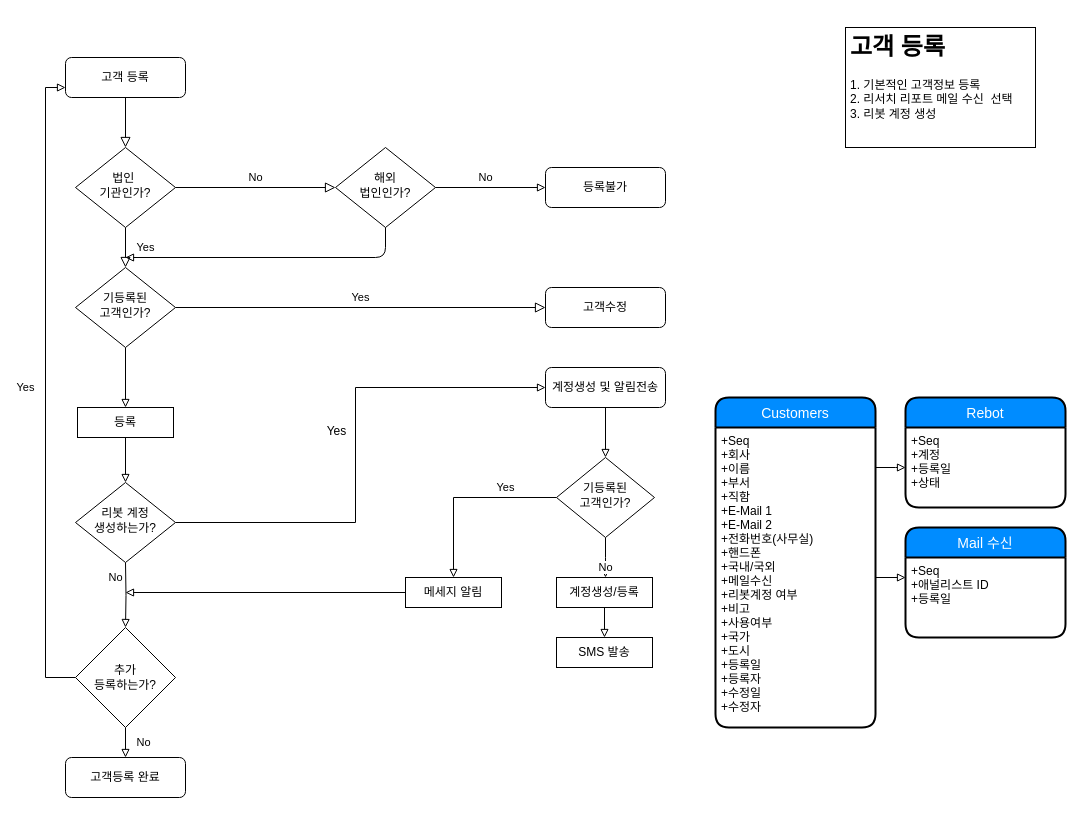
This is page "고객등록" (1 of 5) of ws_crm.drawio from rex-j2w2/crm, a draw.io file, before an edit. Source tidied: cells renumbered, new cells numbered last; positions are measured from the earlier drawing's top-left corner, leaving out a move shared by most shapes. Both pictures are drawn from the tidied source at 100%, with x=0, y=0 at pixel (45, 27). Pictures stored in the file or linked from it are replaced by grey dashed boxes.
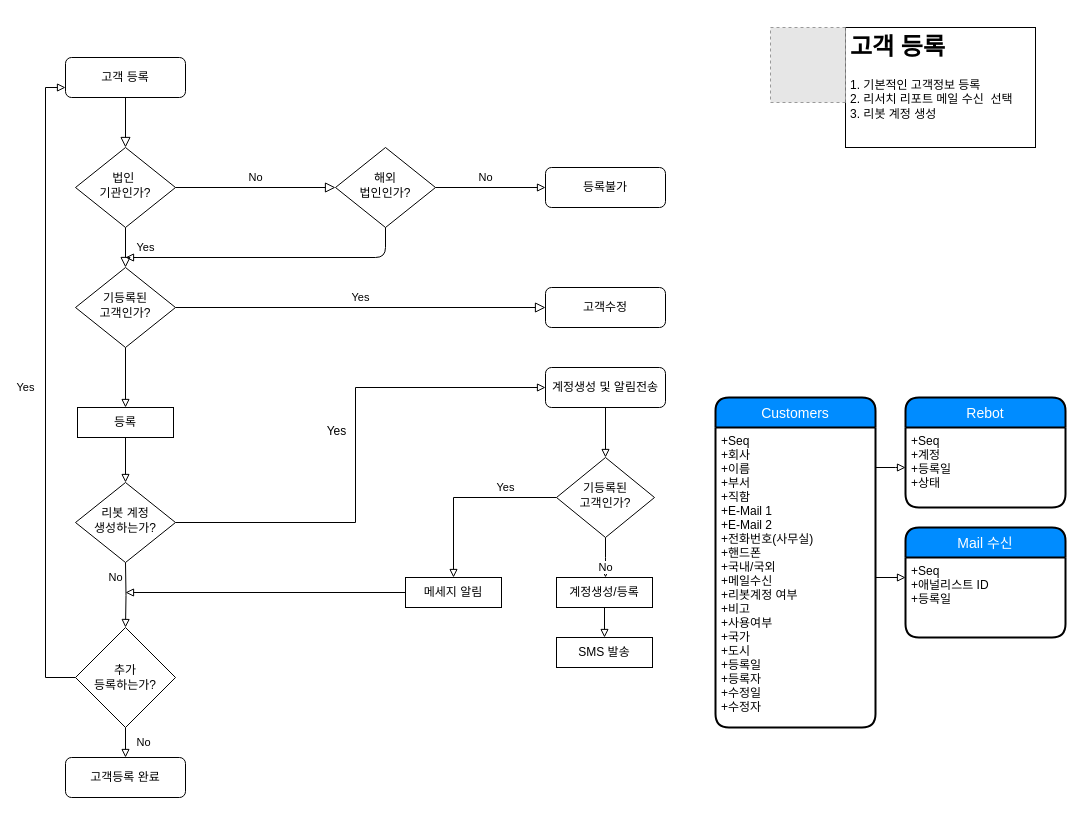
After the change.

What changed in the source:
```diff
@@
+    <mxCell id="44" style="fillColor=#E6E6E6;strokeColor=#999999;dashed=1;verticalLabelPosition=bottom;verticalAlign=top;fontFamily=KB금융 본문체;" parent="1" vertex="1">
+      <mxGeometry x="725" width="75" height="75" as="geometry" />
+    </mxCell>
```
